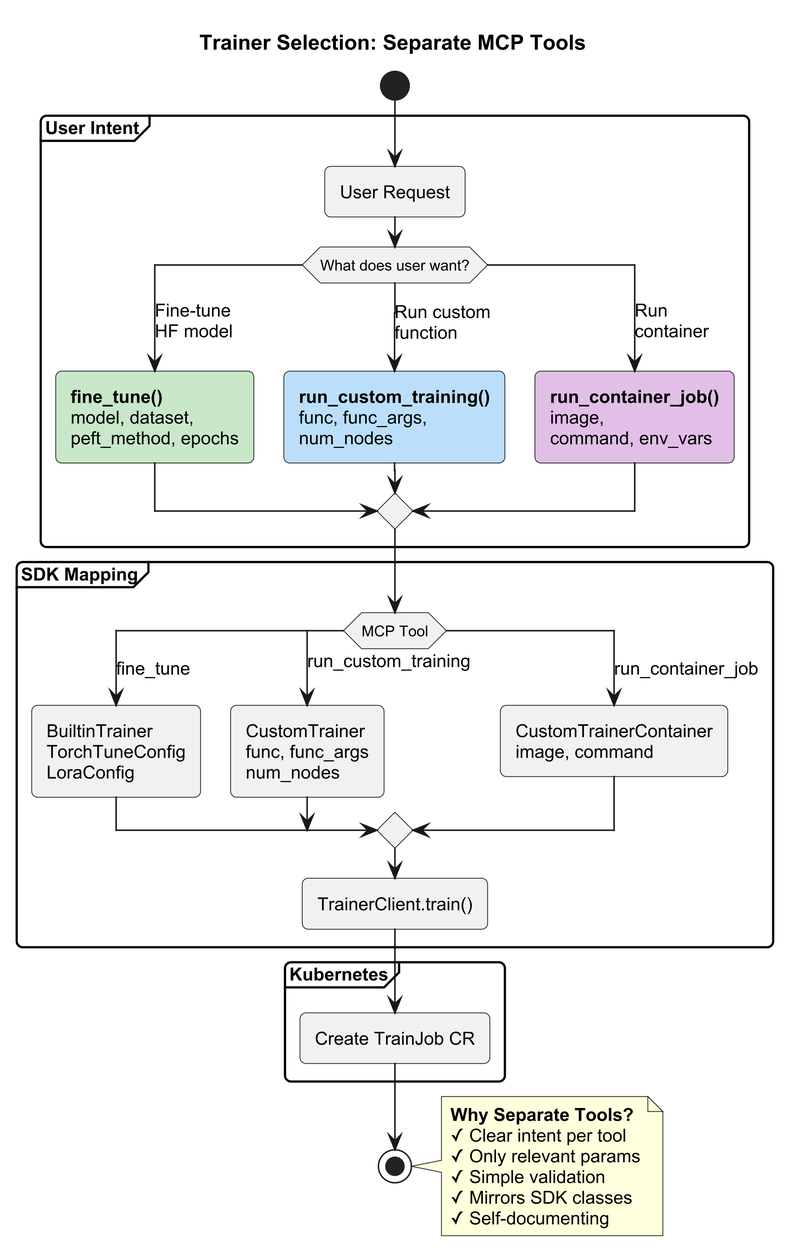
Before: proposals/936-kubeflow-mcp-server/trainer-selection.png, a diagram exported from PlantUML (kubeflow/community).
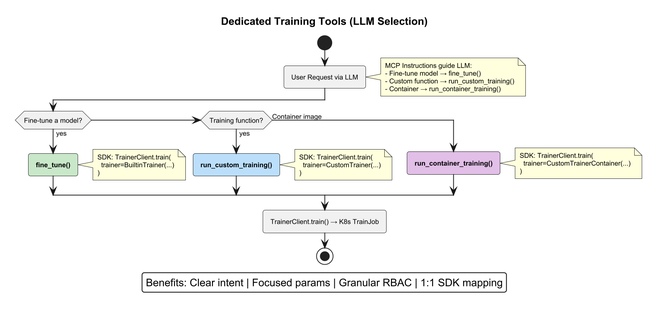
After the change.

Diff of the diagram source:
```diff
@@ -1,66 +1,53 @@
 @startuml
-scale 4
+scale 2
 
 skinparam backgroundColor #FEFEFE
-skinparam defaultFontSize 12
+skinparam defaultFontSize 9
 skinparam defaultFontName Arial
-skinparam roundcorner 8
-skinparam activityDiamondFontSize 10
+skinparam roundcorner 6
 
-title <b>Trainer Selection: Separate MCP Tools</b>
+title Dedicated Training Tools (LLM Selection)
 
 start
 
-partition "**User Intent**" {
-    :User Request;
+:User Request via LLM;
 
-    switch (What does user want?)
-    case (Fine-tune\nHF model)
-        #C8E6C9:**fine_tune()**
-        model, dataset,
-        peft_method, epochs;
-    case (Run custom\nfunction)
-        #BBDEFB:**run_custom_training()**
-        func, func_args,
-        num_nodes;
-    case (Run\ncontainer)
-        #E1BEE7:**run_container_job()**
-        image,
-        command, env_vars;
-    endswitch
-}
+note right
+  MCP Instructions guide LLM:
+  - Fine-tune model → fine_tune()
+  - Custom function → run_custom_training()
+  - Container → run_container_training()
+end note
 
-partition "**SDK Mapping**" {
-    switch (MCP Tool)
-    case (fine_tune)
-        :BuiltinTrainer
-        TorchTuneConfig
-        LoraConfig;
-    case (run_custom_training)
-        :CustomTrainer
-        func, func_args
-        num_nodes;
-    case (run_container_job)
-        :CustomTrainerContainer
-        image, command;
-    endswitch
+if (Fine-tune a model?) then (yes)
+    #C8E6C9:**fine_tune()**;
+    note right
+        SDK: TrainerClient.train(
+          trainer=BuiltinTrainer(...)
+        )
+    end note
+elseif (Training function?) then (yes)
+    #BBDEFB:**run_custom_training()**;
+    note right
+        SDK: TrainerClient.train(
+          trainer=CustomTrainer(...)
+        )
+    end note
+else (Container image)
+    #E1BEE7:**run_container_training()**;
+    note right
+        SDK: TrainerClient.train(
+          trainer=CustomTrainerContainer(...)
+        )
+    end note
+endif
 
-    :TrainerClient.train();
-}
-
-partition "**Kubernetes**" {
-    :Create TrainJob CR;
-}
+:TrainerClient.train() → K8s TrainJob;
 
 stop
 
-note right
-  **Why Separate Tools?**
-  ✓ Clear intent per tool
-  ✓ Only relevant params
-  ✓ Simple validation
-  ✓ Mirrors SDK classes
-  ✓ Self-documenting
-end note
+legend bottom
+  Benefits: Clear intent | Focused params | Granular RBAC | 1:1 SDK mapping
+endlegend
 
 @enduml
```
